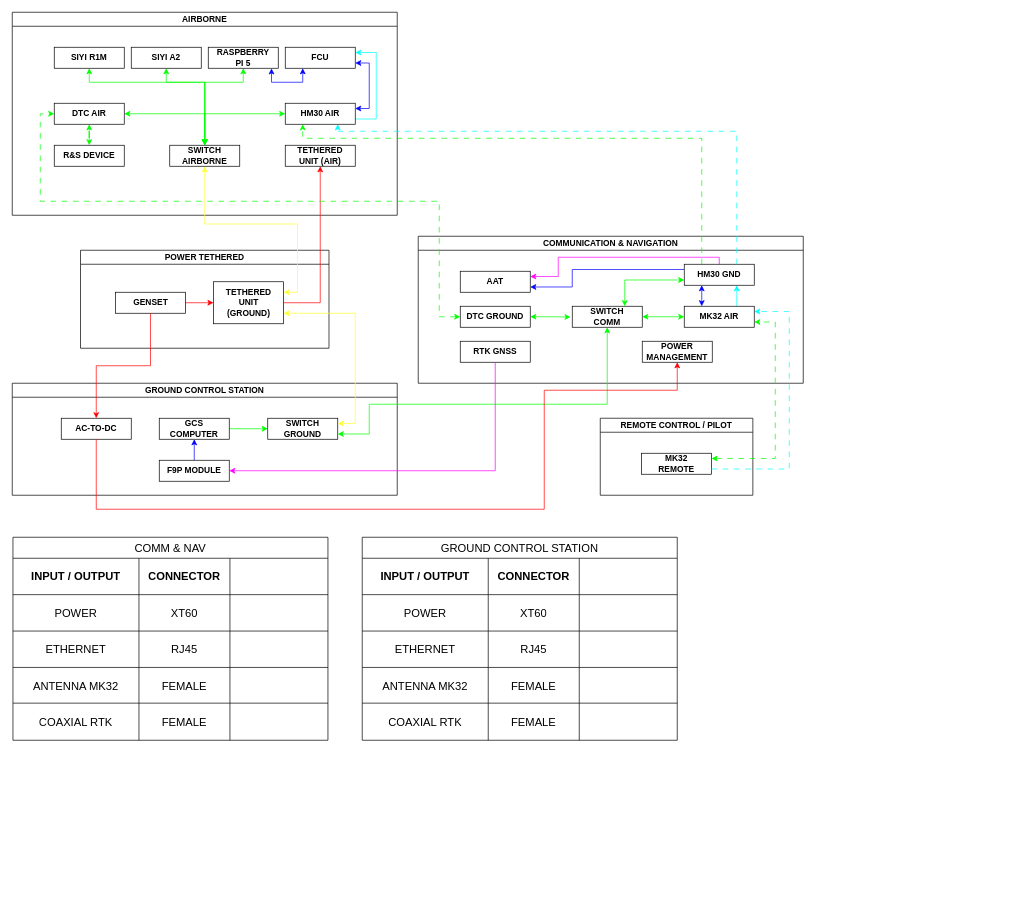
BagaszPraa/Kumpulan-Tutorial keeps this draw.io diagram as Block Diagram DF.drawio. Above is the earlier version. Source tidied: cells renumbered, new cells numbered last; positions are measured from the earlier drawing's top-left corner, leaving out a move shared by most shapes. Both pictures are drawn from the tidied source at 70%, with x=0, y=0 at pixel (12, 12).
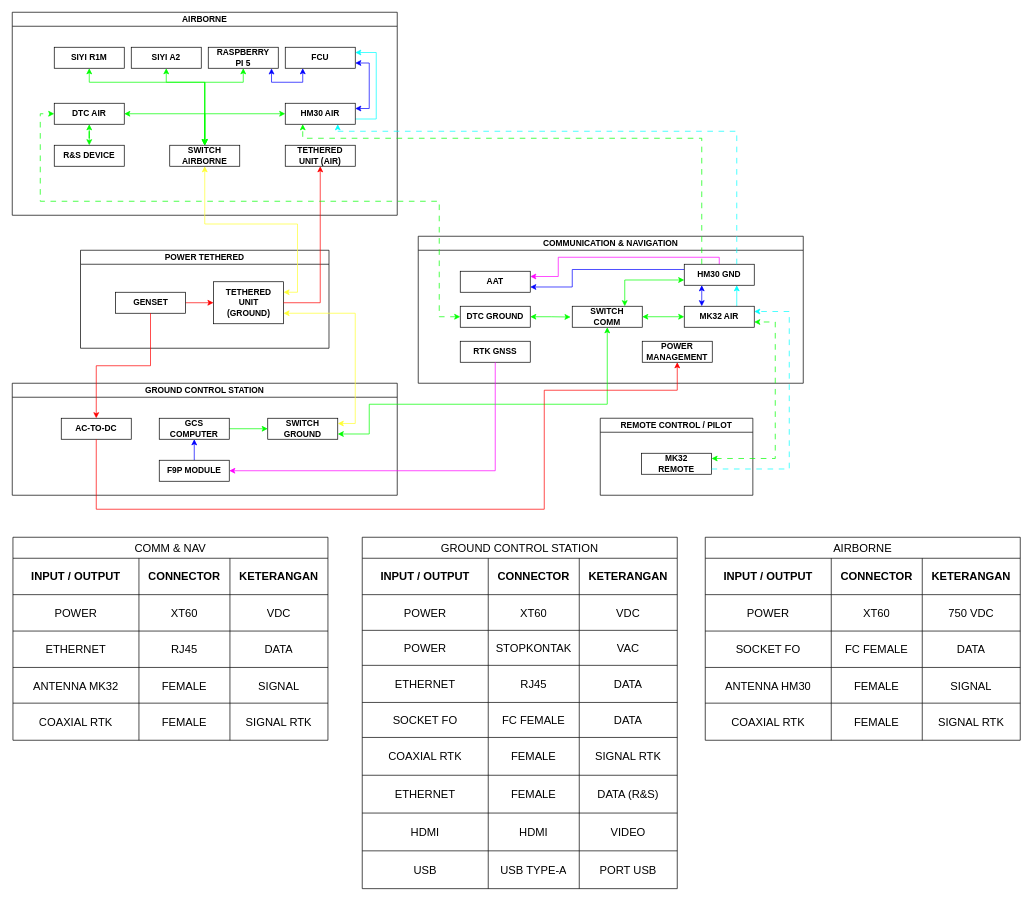
The same diagram, later.

The change refers to these unchanged cells:
```xml
<mxCell id="62" style="shape=tableRow;horizontal=0;startSize=0;swimlaneHead=0;swimlaneBody=0;strokeColor=inherit;top=0;left=0;bottom=0;right=0;fillColor=none;fontSize=16;" parent="61" vertex="1">
  <mxGeometry y="30" width="450" height="52" as="geometry" />
</mxCell>
<mxCell id="66" style="shape=tableRow;horizontal=0;startSize=0;swimlaneHead=0;swimlaneBody=0;strokeColor=inherit;top=0;left=0;bottom=0;right=0;fillColor=none;fontSize=16;" parent="61" vertex="1">
  <mxGeometry y="82" width="450" height="52" as="geometry" />
</mxCell>
<mxCell id="70" style="shape=tableRow;horizontal=0;startSize=0;swimlaneHead=0;swimlaneBody=0;strokeColor=inherit;top=0;left=0;bottom=0;right=0;fillColor=none;fontSize=16;" parent="61" vertex="1">
  <mxGeometry y="134" width="450" height="52" as="geometry" />
</mxCell>
<mxCell id="74" style="shape=tableRow;horizontal=0;startSize=0;swimlaneHead=0;swimlaneBody=0;strokeColor=inherit;top=0;left=0;bottom=0;right=0;fillColor=none;fontSize=16;" parent="61" vertex="1">
  <mxGeometry y="186" width="450" height="51" as="geometry" />
</mxCell>
<mxCell id="78" style="shape=tableRow;horizontal=0;startSize=0;swimlaneHead=0;swimlaneBody=0;strokeColor=inherit;top=0;left=0;bottom=0;right=0;fillColor=none;fontSize=16;" parent="61" vertex="1">
  <mxGeometry y="237" width="450" height="53" as="geometry" />
</mxCell>
<mxCell id="83" style="shape=tableRow;horizontal=0;startSize=0;swimlaneHead=0;swimlaneBody=0;strokeColor=inherit;top=0;left=0;bottom=0;right=0;fillColor=none;fontSize=16;" parent="82" vertex="1">
  <mxGeometry y="30" width="450" height="52" as="geometry" />
</mxCell>
```

Change to the diagram source:
```diff
@@
-    <mxCell id="65" style="shape=partialRectangle;html=1;whiteSpace=wrap;strokeColor=inherit;overflow=hidden;fillColor=none;top=0;left=0;bottom=0;right=0;fontSize=16;" parent="62" vertex="1">
+    <mxCell id="65" value="&lt;b&gt;KETERANGAN&lt;/b&gt;" style="shape=partialRectangle;html=1;whiteSpace=wrap;strokeColor=inherit;overflow=hidden;fillColor=none;top=0;left=0;bottom=0;right=0;fontSize=16;" parent="62" vertex="1">
       <mxGeometry x="310" width="140" height="52" as="geometry" />
     </mxCell>
@@
-    <mxCell id="69" style="shape=partialRectangle;html=1;whiteSpace=wrap;strokeColor=inherit;overflow=hidden;fillColor=none;top=0;left=0;bottom=0;right=0;fontSize=16;" parent="66" vertex="1">
+    <mxCell id="69" value="VDC" style="shape=partialRectangle;html=1;whiteSpace=wrap;strokeColor=inherit;overflow=hidden;fillColor=none;top=0;left=0;bottom=0;right=0;fontSize=16;" parent="66" vertex="1">
       <mxGeometry x="310" width="140" height="52" as="geometry" />
     </mxCell>
@@
-    <mxCell id="73" style="shape=partialRectangle;html=1;whiteSpace=wrap;strokeColor=inherit;overflow=hidden;fillColor=none;top=0;left=0;bottom=0;right=0;fontSize=16;" parent="70" vertex="1">
+    <mxCell id="73" value="DATA" style="shape=partialRectangle;html=1;whiteSpace=wrap;strokeColor=inherit;overflow=hidden;fillColor=none;top=0;left=0;bottom=0;right=0;fontSize=16;" parent="70" vertex="1">
       <mxGeometry x="310" width="140" height="52" as="geometry" />
     </mxCell>
@@
-    <mxCell id="77" style="shape=partialRectangle;html=1;whiteSpace=wrap;strokeColor=inherit;overflow=hidden;fillColor=none;top=0;left=0;bottom=0;right=0;fontSize=16;" parent="74" vertex="1">
+    <mxCell id="77" value="SIGNAL" style="shape=partialRectangle;html=1;whiteSpace=wrap;strokeColor=inherit;overflow=hidden;fillColor=none;top=0;left=0;bottom=0;right=0;fontSize=16;" parent="74" vertex="1">
       <mxGeometry x="310" width="140" height="51" as="geometry" />
     </mxCell>
@@
-    <mxCell id="81" style="shape=partialRectangle;html=1;whiteSpace=wrap;strokeColor=inherit;overflow=hidden;fillColor=none;top=0;left=0;bottom=0;right=0;fontSize=16;" parent="78" vertex="1">
+    <mxCell id="81" value="SIGNAL RTK" style="shape=partialRectangle;html=1;whiteSpace=wrap;strokeColor=inherit;overflow=hidden;fillColor=none;top=0;left=0;bottom=0;right=0;fontSize=16;" parent="78" vertex="1">
       <mxGeometry x="310" width="140" height="53" as="geometry" />
     </mxCell>
     <mxCell id="82" value="GROUND CONTROL STATION" style="shape=table;startSize=30;childLayout=tableLayout;strokeColor=default;fontSize=16;" parent="1" vertex="1">
-      <mxGeometry x="500" y="750" width="450" height="290" as="geometry" />
+      <mxGeometry x="500" y="750" width="450" height="502" as="geometry" />
     </mxCell>
@@
-    <mxCell id="86" style="shape=partialRectangle;html=1;whiteSpace=wrap;strokeColor=inherit;overflow=hidden;fillColor=none;top=0;left=0;bottom=0;right=0;fontSize=16;" parent="83" vertex="1">
+    <mxCell id="86" value="&lt;b&gt;KETERANGAN&lt;/b&gt;" style="shape=partialRectangle;html=1;whiteSpace=wrap;strokeColor=inherit;overflow=hidden;fillColor=none;top=0;left=0;bottom=0;right=0;fontSize=16;" parent="83" vertex="1">
       <mxGeometry x="310" width="140" height="52" as="geometry" />
     </mxCell>
+    <mxCell id="103" style="shape=tableRow;horizontal=0;startSize=0;swimlaneHead=0;swimlaneBody=0;strokeColor=inherit;top=0;left=0;bottom=0;right=0;fillColor=none;fontSize=16;" parent="82" vertex="1">
+      <mxGeometry y="82" width="450" height="51" as="geometry" />
+    </mxCell>
+    <mxCell id="104" value="POWER" style="shape=partialRectangle;html=1;whiteSpace=wrap;strokeColor=inherit;overflow=hidden;fillColor=none;top=0;left=0;bottom=0;right=0;fontSize=16;" parent="103" vertex="1">
+      <mxGeometry width="180" height="51" as="geometry" />
+    </mxCell>
+    <mxCell id="105" value="XT60" style="shape=partialRectangle;html=1;whiteSpace=wrap;strokeColor=inherit;overflow=hidden;fillColor=none;top=0;left=0;bottom=0;right=0;fontSize=16;" parent="103" vertex="1">
+      <mxGeometry x="180" width="130" height="51" as="geometry" />
+    </mxCell>
+    <mxCell id="106" value="VDC" style="shape=partialRectangle;html=1;whiteSpace=wrap;strokeColor=inherit;overflow=hidden;fillColor=none;top=0;left=0;bottom=0;right=0;fontSize=16;" parent="103" vertex="1">
+      <mxGeometry x="310" width="140" height="51" as="geometry" />
+    </mxCell>
+    <mxCell id="107" style="shape=tableRow;horizontal=0;startSize=0;swimlaneHead=0;swimlaneBody=0;strokeColor=inherit;top=0;left=0;bottom=0;right=0;fillColor=none;fontSize=16;" parent="82" vertex="1">
+      <mxGeometry y="133" width="450" height="50" as="geometry" />
+    </mxCell>
+    <mxCell id="108" value="POWER" style="shape=partialRectangle;html=1;whiteSpace=wrap;strokeColor=inherit;overflow=hidden;fillColor=none;top=0;left=0;bottom=0;right=0;fontSize=16;" parent="107" vertex="1">
+      <mxGeometry width="180" height="50" as="geometry" />
+    </mxCell>
+    <mxCell id="109" value="STOPKONTAK" style="shape=partialRectangle;html=1;whiteSpace=wrap;strokeColor=inherit;overflow=hidden;fillColor=none;top=0;left=0;bottom=0;right=0;fontSize=16;" parent="107" vertex="1">
+      <mxGeometry x="180" width="130" height="50" as="geometry" />
+    </mxCell>
+    <mxCell id="110" value="VAC" style="shape=partialRectangle;html=1;whiteSpace=wrap;strokeColor=inherit;overflow=hidden;fillColor=none;top=0;left=0;bottom=0;right=0;fontSize=16;" parent="107" vertex="1">
+      <mxGeometry x="310" width="140" height="50" as="geometry" />
+    </mxCell>
+    <mxCell id="111" style="shape=tableRow;horizontal=0;startSize=0;swimlaneHead=0;swimlaneBody=0;strokeColor=inherit;top=0;left=0;bottom=0;right=0;fillColor=none;fontSize=16;" parent="82" vertex="1">
+      <mxGeometry y="183" width="450" height="53" as="geometry" />
+    </mxCell>
+    <mxCell id="112" value="ETHERNET" style="shape=partialRectangle;html=1;whiteSpace=wrap;strokeColor=inherit;overflow=hidden;fillColor=none;top=0;left=0;bottom=0;right=0;fontSize=16;" parent="111" vertex="1">
+      <mxGeometry width="180" height="53" as="geometry" />
+    </mxCell>
+    <mxCell id="93" value="RJ45" style="shape=partialRectangle;html=1;whiteSpace=wrap;strokeColor=inherit;overflow=hidden;fillColor=none;top=0;left=0;bottom=0;right=0;fontSize=16;" parent="111" vertex="1">
+      <mxGeometry x="180" width="130" height="53" as="geometry" />
+    </mxCell>
+    <mxCell id="113" value="DATA" style="shape=partialRectangle;html=1;whiteSpace=wrap;strokeColor=inherit;overflow=hidden;fillColor=none;top=0;left=0;bottom=0;right=0;fontSize=16;" parent="111" vertex="1">
+      <mxGeometry x="310" width="140" height="53" as="geometry" />
+    </mxCell>
+    <mxCell id="114" style="shape=tableRow;horizontal=0;startSize=0;swimlaneHead=0;swimlaneBody=0;strokeColor=inherit;top=0;left=0;bottom=0;right=0;fillColor=none;fontSize=16;" parent="82" vertex="1">
+      <mxGeometry y="236" width="450" height="50" as="geometry" />
+    </mxCell>
+    <mxCell id="115" value="SOCKET FO" style="shape=partialRectangle;html=1;whiteSpace=wrap;strokeColor=inherit;overflow=hidden;fillColor=none;top=0;left=0;bottom=0;right=0;fontSize=16;" parent="114" vertex="1">
+      <mxGeometry width="180" height="50" as="geometry" />
+    </mxCell>
+    <mxCell id="116" value="FC FEMALE" style="shape=partialRectangle;html=1;whiteSpace=wrap;strokeColor=inherit;overflow=hidden;fillColor=none;top=0;left=0;bottom=0;right=0;fontSize=16;" parent="114" vertex="1">
+      <mxGeometry x="180" width="130" height="50" as="geometry" />
+    </mxCell>
+    <mxCell id="117" value="DATA" style="shape=partialRectangle;html=1;whiteSpace=wrap;strokeColor=inherit;overflow=hidden;fillColor=none;top=0;left=0;bottom=0;right=0;fontSize=16;" parent="114" vertex="1">
+      <mxGeometry x="310" width="140" height="50" as="geometry" />
+    </mxCell>
+    <mxCell id="118" style="shape=tableRow;horizontal=0;startSize=0;swimlaneHead=0;swimlaneBody=0;strokeColor=inherit;top=0;left=0;bottom=0;right=0;fillColor=none;fontSize=16;" parent="82" vertex="1">
+      <mxGeometry y="286" width="450" height="54" as="geometry" />
+    </mxCell>
+    <mxCell id="119" value="COAXIAL RTK" style="shape=partialRectangle;html=1;whiteSpace=wrap;strokeColor=inherit;overflow=hidden;fillColor=none;top=0;left=0;bottom=0;right=0;fontSize=16;" parent="118" vertex="1">
+      <mxGeometry width="180" height="54" as="geometry" />
+    </mxCell>
+    <mxCell id="120" value="FEMALE" style="shape=partialRectangle;html=1;whiteSpace=wrap;strokeColor=inherit;overflow=hidden;fillColor=none;top=0;left=0;bottom=0;right=0;fontSize=16;" parent="118" vertex="1">
+      <mxGeometry x="180" width="130" height="54" as="geometry" />
+    </mxCell>
+    <mxCell id="121" value="SIGNAL RTK" style="shape=partialRectangle;html=1;whiteSpace=wrap;strokeColor=inherit;overflow=hidden;fillColor=none;top=0;left=0;bottom=0;right=0;fontSize=16;" parent="118" vertex="1">
+      <mxGeometry x="310" width="140" height="54" as="geometry" />
+    </mxCell>
+    <mxCell id="122" style="shape=tableRow;horizontal=0;startSize=0;swimlaneHead=0;swimlaneBody=0;strokeColor=inherit;top=0;left=0;bottom=0;right=0;fillColor=none;fontSize=16;" parent="82" vertex="1">
+      <mxGeometry y="340" width="450" height="54" as="geometry" />
+    </mxCell>
+    <mxCell id="123" value="ETHERNET" style="shape=partialRectangle;html=1;whiteSpace=wrap;strokeColor=inherit;overflow=hidden;fillColor=none;top=0;left=0;bottom=0;right=0;fontSize=16;" parent="122" vertex="1">
+      <mxGeometry width="180" height="54" as="geometry" />
+    </mxCell>
+    <mxCell id="124" value="FEMALE" style="shape=partialRectangle;html=1;whiteSpace=wrap;strokeColor=inherit;overflow=hidden;fillColor=none;top=0;left=0;bottom=0;right=0;fontSize=16;" parent="122" vertex="1">
+      <mxGeometry x="180" width="130" height="54" as="geometry" />
+    </mxCell>
+    <mxCell id="125" value="DATA (R&amp;amp;S)" style="shape=partialRectangle;html=1;whiteSpace=wrap;strokeColor=inherit;overflow=hidden;fillColor=none;top=0;left=0;bottom=0;right=0;fontSize=16;" parent="122" vertex="1">
+      <mxGeometry x="310" width="140" height="54" as="geometry" />
+    </mxCell>
+    <mxCell id="126" style="shape=tableRow;horizontal=0;startSize=0;swimlaneHead=0;swimlaneBody=0;strokeColor=inherit;top=0;left=0;bottom=0;right=0;fillColor=none;fontSize=16;" parent="82" vertex="1">
+      <mxGeometry y="394" width="450" height="54" as="geometry" />
+    </mxCell>
+    <mxCell id="127" value="HDMI" style="shape=partialRectangle;html=1;whiteSpace=wrap;strokeColor=inherit;overflow=hidden;fillColor=none;top=0;left=0;bottom=0;right=0;fontSize=16;" parent="126" vertex="1">
+      <mxGeometry width="180" height="54" as="geometry" />
+    </mxCell>
+    <mxCell id="128" value="HDMI" style="shape=partialRectangle;html=1;whiteSpace=wrap;strokeColor=inherit;overflow=hidden;fillColor=none;top=0;left=0;bottom=0;right=0;fontSize=16;" parent="126" vertex="1">
+      <mxGeometry x="180" width="130" height="54" as="geometry" />
+    </mxCell>
+    <mxCell id="129" value="VIDEO" style="shape=partialRectangle;html=1;whiteSpace=wrap;strokeColor=inherit;overflow=hidden;fillColor=none;top=0;left=0;bottom=0;right=0;fontSize=16;" parent="126" vertex="1">
+      <mxGeometry x="310" width="140" height="54" as="geometry" />
+    </mxCell>
+    <mxCell id="130" style="shape=tableRow;horizontal=0;startSize=0;swimlaneHead=0;swimlaneBody=0;strokeColor=inherit;top=0;left=0;bottom=0;right=0;fillColor=none;fontSize=16;" parent="82" vertex="1">
+      <mxGeometry y="448" width="450" height="54" as="geometry" />
+    </mxCell>
+    <mxCell id="131" value="USB" style="shape=partialRectangle;html=1;whiteSpace=wrap;strokeColor=inherit;overflow=hidden;fillColor=none;top=0;left=0;bottom=0;right=0;fontSize=16;" parent="130" vertex="1">
+      <mxGeometry width="180" height="54" as="geometry" />
+    </mxCell>
+    <mxCell id="132" value="USB TYPE-A" style="shape=partialRectangle;html=1;whiteSpace=wrap;strokeColor=inherit;overflow=hidden;fillColor=none;top=0;left=0;bottom=0;right=0;fontSize=16;" parent="130" vertex="1">
+      <mxGeometry x="180" width="130" height="54" as="geometry" />
+    </mxCell>
+    <mxCell id="133" value="PORT USB" style="shape=partialRectangle;html=1;whiteSpace=wrap;strokeColor=inherit;overflow=hidden;fillColor=none;top=0;left=0;bottom=0;right=0;fontSize=16;" parent="130" vertex="1">
+      <mxGeometry x="310" width="140" height="54" as="geometry" />
+    </mxCell>
+    <mxCell id="134" value="AIRBORNE" style="shape=table;startSize=30;childLayout=tableLayout;strokeColor=default;fontSize=16;" parent="1" vertex="1">
+      <mxGeometry x="990" y="750" width="450" height="290" as="geometry" />
+    </mxCell>
+    <mxCell id="135" style="shape=tableRow;horizontal=0;startSize=0;swimlaneHead=0;swimlaneBody=0;strokeColor=inherit;top=0;left=0;bottom=0;right=0;fillColor=none;fontSize=16;" parent="134" vertex="1">
+      <mxGeometry y="30" width="450" height="52" as="geometry" />
+    </mxCell>
+    <mxCell id="136" value="&lt;b&gt;INPUT / OUTPUT&lt;/b&gt;" style="shape=partialRectangle;html=1;whiteSpace=wrap;strokeColor=inherit;overflow=hidden;fillColor=none;top=0;left=0;bottom=0;right=0;fontSize=16;" parent="135" vertex="1">
+      <mxGeometry width="180" height="52" as="geometry" />
+    </mxCell>
+    <mxCell id="137" value="&lt;b&gt;CONNECTOR&lt;/b&gt;" style="shape=partialRectangle;html=1;whiteSpace=wrap;strokeColor=inherit;overflow=hidden;fillColor=none;top=0;left=0;bottom=0;right=0;fontSize=16;" parent="135" vertex="1">
+      <mxGeometry x="180" width="130" height="52" as="geometry" />
+    </mxCell>
+    <mxCell id="138" value="&lt;b&gt;KETERANGAN&lt;/b&gt;" style="shape=partialRectangle;html=1;whiteSpace=wrap;strokeColor=inherit;overflow=hidden;fillColor=none;top=0;left=0;bottom=0;right=0;fontSize=16;" parent="135" vertex="1">
+      <mxGeometry x="310" width="140" height="52" as="geometry" />
+    </mxCell>
-    <mxCell id="87" style="shape=tableRow;horizontal=0;startSize=0;swimlaneHead=0;swimlaneBody=0;strokeColor=inherit;top=0;left=0;bottom=0;right=0;fillColor=none;fontSize=16;" parent="82" vertex="1">
+    <mxCell id="87" style="shape=tableRow;horizontal=0;startSize=0;swimlaneHead=0;swimlaneBody=0;strokeColor=inherit;top=0;left=0;bottom=0;right=0;fillColor=none;fontSize=16;" parent="134" vertex="1">
       <mxGeometry y="82" width="450" height="52" as="geometry" />
     </mxCell>
@@
-    <mxCell id="90" style="shape=partialRectangle;html=1;whiteSpace=wrap;strokeColor=inherit;overflow=hidden;fillColor=none;top=0;left=0;bottom=0;right=0;fontSize=16;" parent="87" vertex="1">
-      <mxGeometry x="310" width="140" height="52" as="geometry" />
-    </mxCell>
+    <mxCell id="139" value="750 VDC" style="shape=partialRectangle;html=1;whiteSpace=wrap;strokeColor=inherit;overflow=hidden;fillColor=none;top=0;left=0;bottom=0;right=0;fontSize=16;" parent="87" vertex="1">
+      <mxGeometry x="310" width="140" height="52" as="geometry" />
+    </mxCell>
-    <mxCell id="91" style="shape=tableRow;horizontal=0;startSize=0;swimlaneHead=0;swimlaneBody=0;strokeColor=inherit;top=0;left=0;bottom=0;right=0;fillColor=none;fontSize=16;" parent="82" vertex="1">
+    <mxCell id="91" style="shape=tableRow;horizontal=0;startSize=0;swimlaneHead=0;swimlaneBody=0;strokeColor=inherit;top=0;left=0;bottom=0;right=0;fillColor=none;fontSize=16;" parent="134" vertex="1">
       <mxGeometry y="134" width="450" height="52" as="geometry" />
     </mxCell>
-    <mxCell id="92" value="ETHERNET" style="shape=partialRectangle;html=1;whiteSpace=wrap;strokeColor=inherit;overflow=hidden;fillColor=none;top=0;left=0;bottom=0;right=0;fontSize=16;" parent="91" vertex="1">
-      <mxGeometry width="180" height="52" as="geometry" />
-    </mxCell>
-    <mxCell id="93" value="RJ45" style="shape=partialRectangle;html=1;whiteSpace=wrap;strokeColor=inherit;overflow=hidden;fillColor=none;top=0;left=0;bottom=0;right=0;fontSize=16;" parent="91" vertex="1">
-      <mxGeometry x="180" width="130" height="52" as="geometry" />
-    </mxCell>
-    <mxCell id="94" style="shape=partialRectangle;html=1;whiteSpace=wrap;strokeColor=inherit;overflow=hidden;fillColor=none;top=0;left=0;bottom=0;right=0;fontSize=16;" parent="91" vertex="1">
-      <mxGeometry x="310" width="140" height="52" as="geometry" />
-    </mxCell>
+    <mxCell id="140" value="SOCKET FO" style="shape=partialRectangle;html=1;whiteSpace=wrap;strokeColor=inherit;overflow=hidden;fillColor=none;top=0;left=0;bottom=0;right=0;fontSize=16;" parent="91" vertex="1">
+      <mxGeometry width="180" height="52" as="geometry" />
+    </mxCell>
+    <mxCell id="141" value="FC FEMALE" style="shape=partialRectangle;html=1;whiteSpace=wrap;strokeColor=inherit;overflow=hidden;fillColor=none;top=0;left=0;bottom=0;right=0;fontSize=16;" parent="91" vertex="1">
+      <mxGeometry x="180" width="130" height="52" as="geometry" />
+    </mxCell>
+    <mxCell id="142" value="DATA" style="shape=partialRectangle;html=1;whiteSpace=wrap;strokeColor=inherit;overflow=hidden;fillColor=none;top=0;left=0;bottom=0;right=0;fontSize=16;" parent="91" vertex="1">
+      <mxGeometry x="310" width="140" height="52" as="geometry" />
+    </mxCell>
-    <mxCell id="95" style="shape=tableRow;horizontal=0;startSize=0;swimlaneHead=0;swimlaneBody=0;strokeColor=inherit;top=0;left=0;bottom=0;right=0;fillColor=none;fontSize=16;" parent="82" vertex="1">
+    <mxCell id="95" style="shape=tableRow;horizontal=0;startSize=0;swimlaneHead=0;swimlaneBody=0;strokeColor=inherit;top=0;left=0;bottom=0;right=0;fillColor=none;fontSize=16;" parent="134" vertex="1">
       <mxGeometry y="186" width="450" height="51" as="geometry" />
     </mxCell>
-    <mxCell id="96" value="ANTENNA MK32" style="shape=partialRectangle;html=1;whiteSpace=wrap;strokeColor=inherit;overflow=hidden;fillColor=none;top=0;left=0;bottom=0;right=0;fontSize=16;" parent="95" vertex="1">
-      <mxGeometry width="180" height="51" as="geometry" />
-    </mxCell>
+    <mxCell id="143" value="ANTENNA HM30" style="shape=partialRectangle;html=1;whiteSpace=wrap;strokeColor=inherit;overflow=hidden;fillColor=none;top=0;left=0;bottom=0;right=0;fontSize=16;" parent="95" vertex="1">
+      <mxGeometry width="180" height="51" as="geometry" />
+    </mxCell>
@@
-    <mxCell id="98" style="shape=partialRectangle;html=1;whiteSpace=wrap;strokeColor=inherit;overflow=hidden;fillColor=none;top=0;left=0;bottom=0;right=0;fontSize=16;" parent="95" vertex="1">
-      <mxGeometry x="310" width="140" height="51" as="geometry" />
-    </mxCell>
+    <mxCell id="144" value="SIGNAL" style="shape=partialRectangle;html=1;whiteSpace=wrap;strokeColor=inherit;overflow=hidden;fillColor=none;top=0;left=0;bottom=0;right=0;fontSize=16;" parent="95" vertex="1">
+      <mxGeometry x="310" width="140" height="51" as="geometry" />
+    </mxCell>
-    <mxCell id="99" style="shape=tableRow;horizontal=0;startSize=0;swimlaneHead=0;swimlaneBody=0;strokeColor=inherit;top=0;left=0;bottom=0;right=0;fillColor=none;fontSize=16;" parent="82" vertex="1">
+    <mxCell id="99" style="shape=tableRow;horizontal=0;startSize=0;swimlaneHead=0;swimlaneBody=0;strokeColor=inherit;top=0;left=0;bottom=0;right=0;fillColor=none;fontSize=16;" parent="134" vertex="1">
       <mxGeometry y="237" width="450" height="53" as="geometry" />
     </mxCell>
@@
-    <mxCell id="102" style="shape=partialRectangle;html=1;whiteSpace=wrap;strokeColor=inherit;overflow=hidden;fillColor=none;top=0;left=0;bottom=0;right=0;fontSize=16;" parent="99" vertex="1">
-      <mxGeometry x="310" width="140" height="53" as="geometry" />
-    </mxCell>
+    <mxCell id="145" value="SIGNAL RTK" style="shape=partialRectangle;html=1;whiteSpace=wrap;strokeColor=inherit;overflow=hidden;fillColor=none;top=0;left=0;bottom=0;right=0;fontSize=16;" parent="99" vertex="1">
+      <mxGeometry x="310" width="140" height="53" as="geometry" />
+    </mxCell>
```
